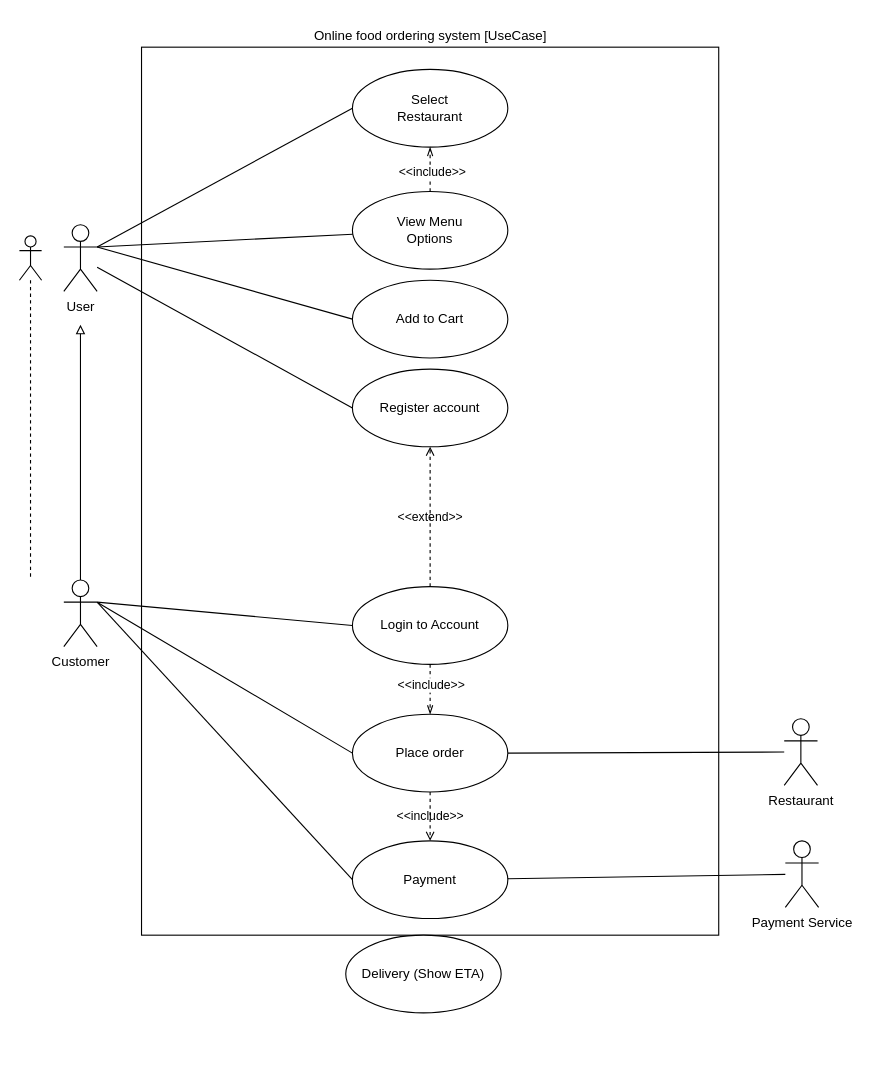
Earlier version of the draw.io diagram page "UseCase" (1 of 5) of Project work Modellering.drawio (timhallberg/projectworkModellering). Source tidied: cells renumbered, new cells numbered last; positions are measured from the earlier drawing's top-left corner, leaving out a move shared by most shapes. Both pictures are drawn from the tidied source at 111%, with x=0, y=0 at pixel (19, 19).
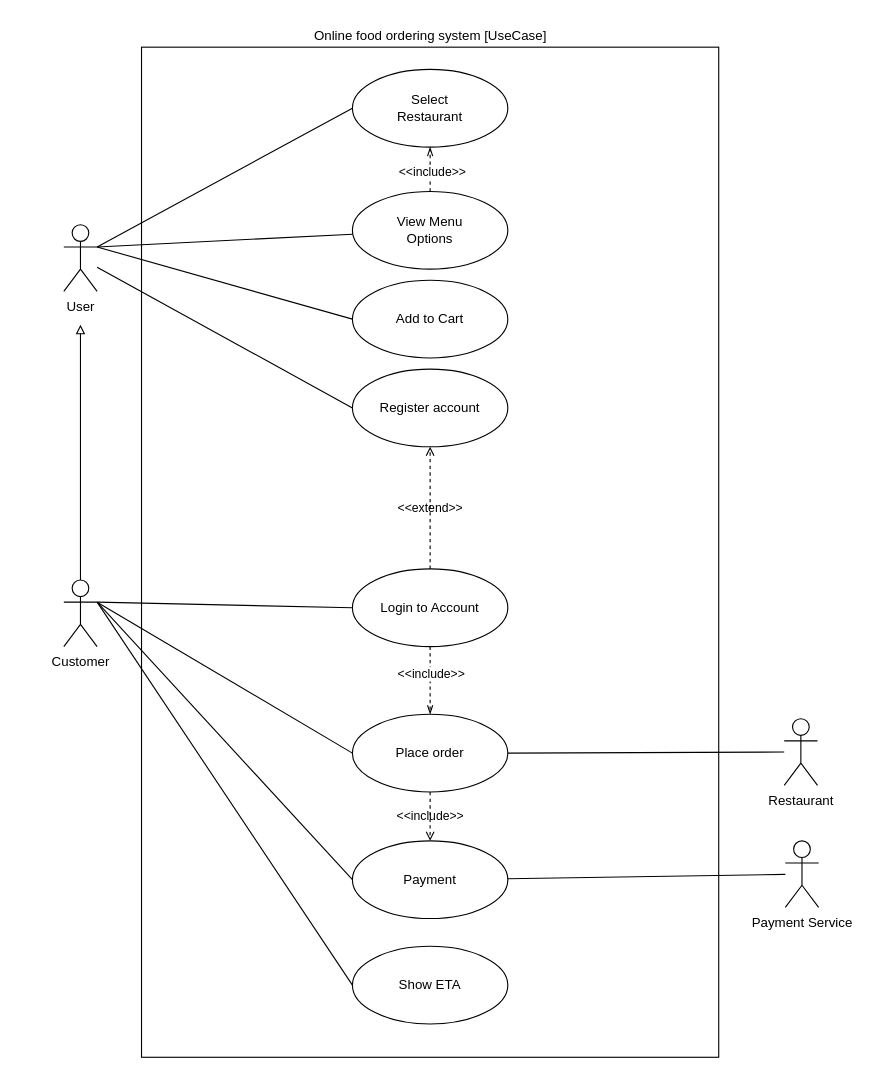
The same diagram, later.

Change to the diagram source:
```diff
@@
     <mxCell id="2" style="rounded=0;whiteSpace=wrap;html=1;" parent="1" vertex="1">
-      <mxGeometry x="110" y="25" width="520" height="800" as="geometry" />
+      <mxGeometry x="110" y="25" width="520" height="910" as="geometry" />
     </mxCell>
@@
+    <mxCell id="33" style="rounded=0;jettySize=auto;html=1;entryX=0;entryY=0.5;entryDx=0;entryDy=0;endArrow=none;endFill=0;" parent="1" edge="1" target="31">
+      <mxGeometry relative="1" as="geometry">
+        <mxPoint x="70" y="525" as="sourcePoint" />
+      </mxGeometry>
+    </mxCell>
@@
     <mxCell id="28" value="Login to Account" style="ellipse;whiteSpace=wrap;html=1;" parent="1" vertex="1">
-      <mxGeometry x="300" y="511" width="140" height="70" as="geometry" />
+      <mxGeometry x="300" y="495" width="140" height="70" as="geometry" />
     </mxCell>
@@
-    <mxCell id="31" value="Delivery (Show ETA)" style="ellipse;whiteSpace=wrap;html=1;verticalAlign=middle;" parent="1" vertex="1">
-      <mxGeometry x="294" y="825" width="140" height="70" as="geometry" />
+    <mxCell id="31" value="Show ETA" style="ellipse;whiteSpace=wrap;html=1;verticalAlign=middle;" parent="1" vertex="1">
+      <mxGeometry x="300" y="835" width="140" height="70" as="geometry" />
     </mxCell>
-    <mxCell id="32" style="shape=umlLifeline;participant=umlActor;perimeter=lifelinePerimeter;whiteSpace=wrap;html=1;verticalAlign=top;spacingTop=36;" parent="1" vertex="1">
-      <mxGeometry y="195" width="20" height="310" as="geometry" />
-    </mxCell>
```
